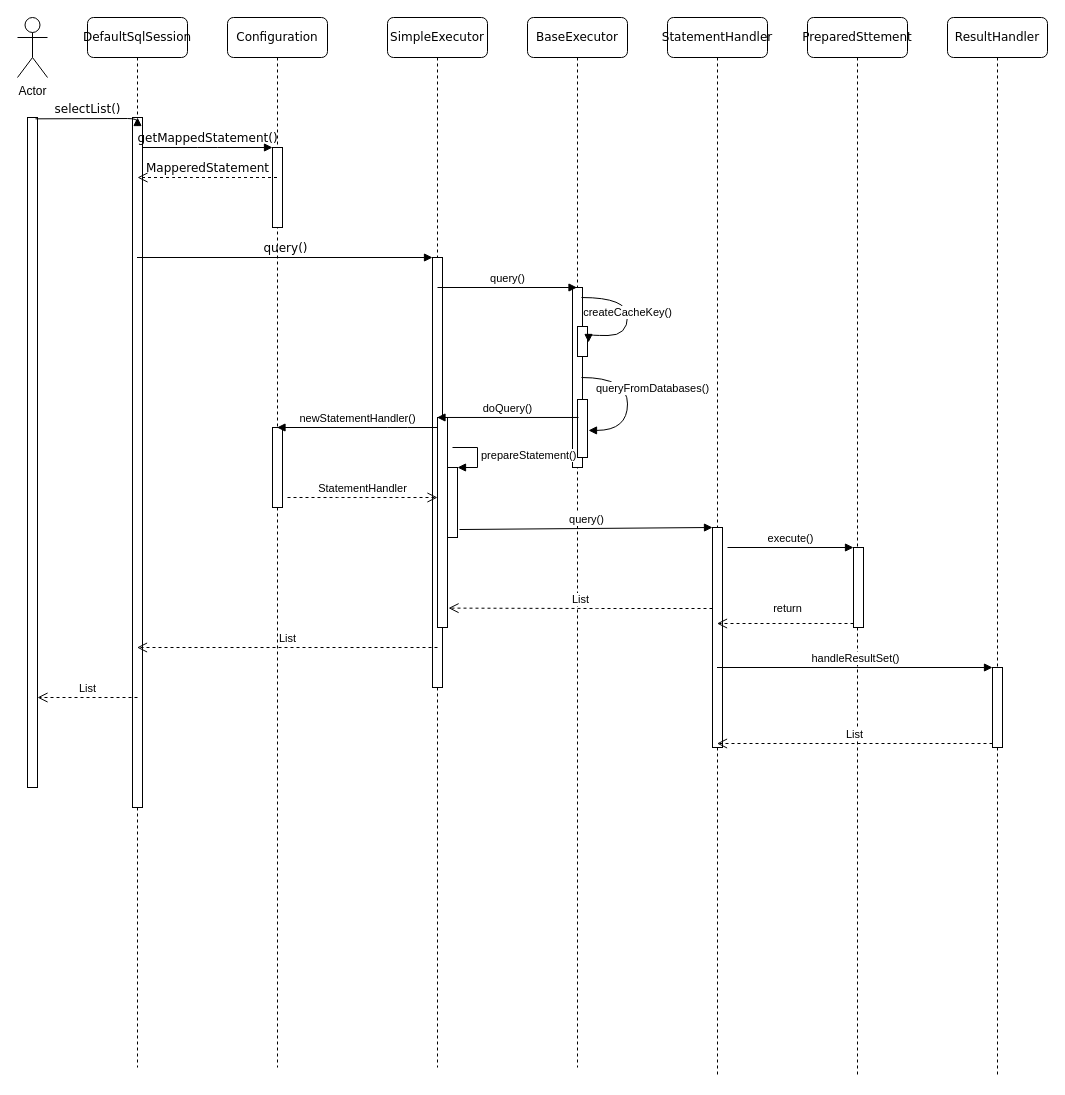
The draw.io diagram page "mybatis_all_selectList" (1 of 2) of ALL Diagram.drawio in zyazxr/AAA1Draw, before the edit. Source tidied: cells renumbered, new cells numbered last; positions are measured from the earlier drawing's top-left corner, leaving out a move shared by most shapes. Both pictures are drawn from the tidied source at 100%, with x=0, y=0 at pixel (17, 17).
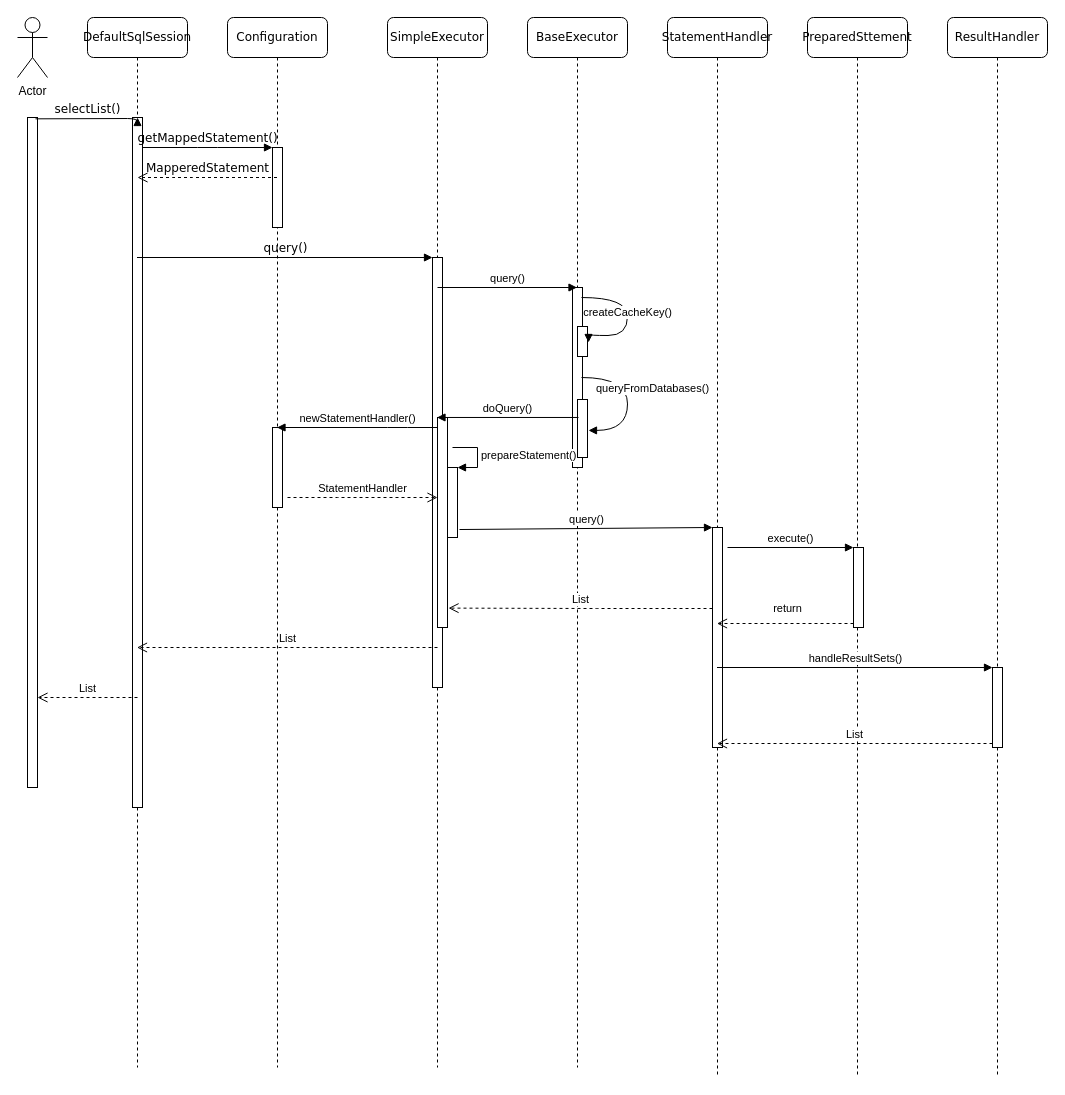
Above is the later version.

Unchanged cells that the change refers to:
```xml
<mxCell id="9" value="StatementHandler" style="shape=umlLifeline;perimeter=lifelinePerimeter;whiteSpace=wrap;html=1;outlineConnect=0;rounded=1;shadow=0;comic=0;labelBackgroundColor=none;strokeWidth=1;fontFamily=Verdana;fontSize=12;align=center;" parent="1" vertex="1">
  <mxGeometry x="650" width="100" height="1060" as="geometry" />
</mxCell>
<mxCell id="14" style="html=1;points=[];perimeter=orthogonalPerimeter;" parent="13" vertex="1">
  <mxGeometry x="45" y="650" width="10" height="80" as="geometry" />
</mxCell>
```

The edit, as a diff of the source:
```diff
@@
-    <mxCell id="39" value="handleResultSet()" style="html=1;verticalAlign=bottom;endArrow=block;entryX=0;entryY=0;" parent="1" edge="1" source="9" target="14">
+    <mxCell id="39" value="handleResultSets()" style="html=1;verticalAlign=bottom;endArrow=block;entryX=0;entryY=0;" parent="1" edge="1" source="9" target="14">
       <mxGeometry relative="1" as="geometry" />
     </mxCell>
```
